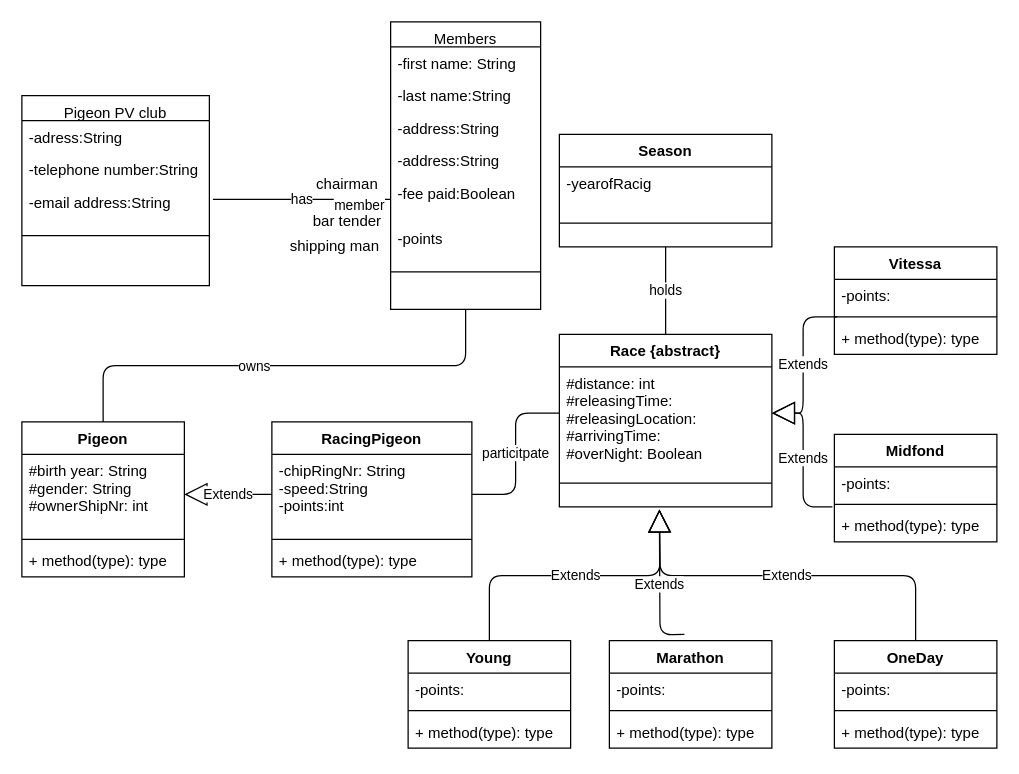
Before: Untitled Diagram.drawio in qixiaoling/java-scope, a draw.io diagram. Source tidied: cells renumbered, new cells numbered last; positions are measured from the earlier drawing's top-left corner, leaving out a move shared by most shapes. Both pictures are drawn from the tidied source at 125%, with x=0, y=0 at pixel (21, 21).
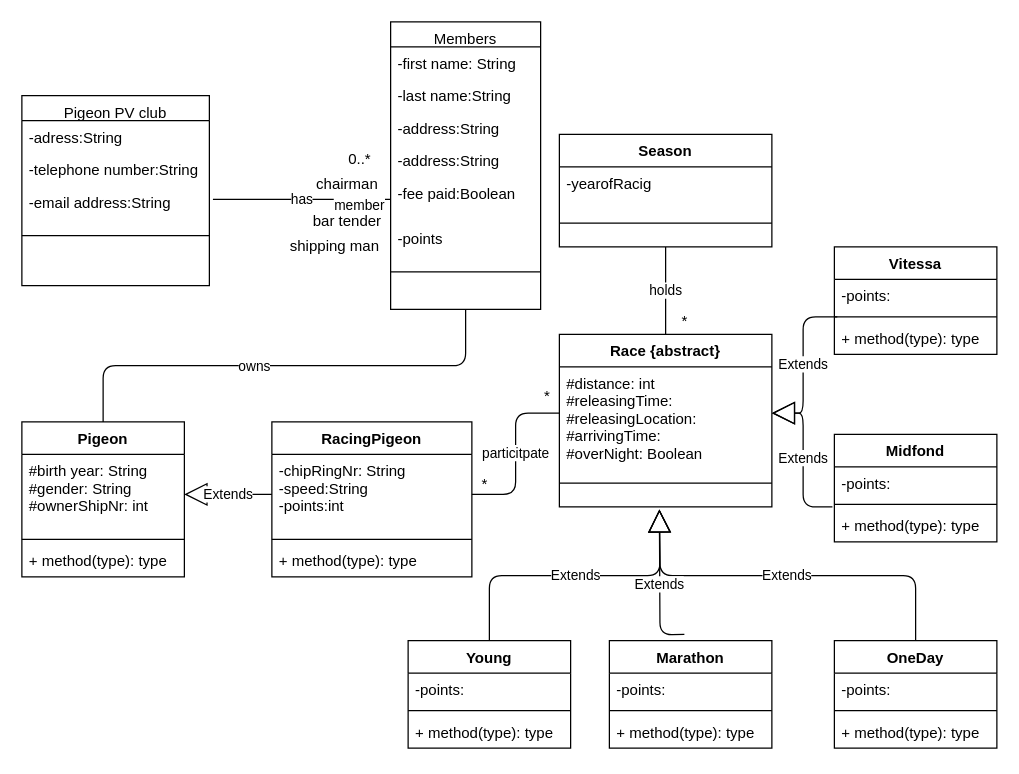
The same diagram, later.

What changed in the source:
```diff
@@
+    <mxCell id="64" value="0..*" style="text;html=1;align=center;verticalAlign=middle;" parent="1" vertex="1">
+      <mxGeometry x="255" y="100" width="30" height="20" as="geometry" />
+    </mxCell>
+    <mxCell id="65" value="*" style="text;html=1;align=center;verticalAlign=middle;" parent="1" vertex="1">
+      <mxGeometry x="410" y="290" width="20" height="20" as="geometry" />
+    </mxCell>
+    <mxCell id="66" value="*" style="text;html=1;align=center;verticalAlign=middle;" parent="1" vertex="1">
+      <mxGeometry x="360" y="360" width="20" height="20" as="geometry" />
+    </mxCell>
+    <mxCell id="67" value="*" style="text;html=1;align=center;verticalAlign=middle;" parent="1" vertex="1">
+      <mxGeometry x="520" y="230" width="20" height="20" as="geometry" />
+    </mxCell>
```
